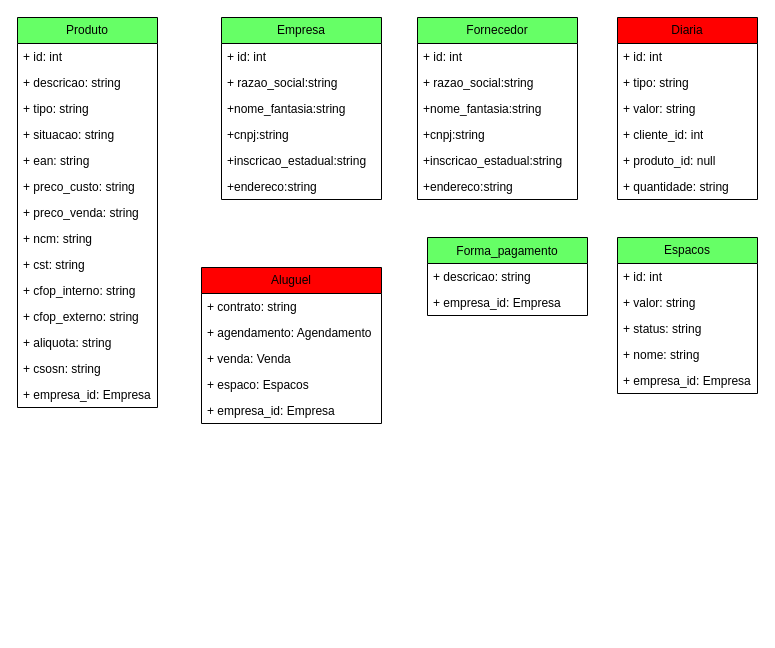
Above: page "Lago" (3 of 5) of Tabelas.drawio in FSOFTSistemas/lago_sao_francisco (draw.io), before the change. Source tidied: cells renumbered, new cells numbered last; positions are measured from the earlier drawing's top-left corner, leaving out a move shared by most shapes. Both pictures are drawn from the tidied source at 100%, with x=0, y=0 at pixel (17, 17).
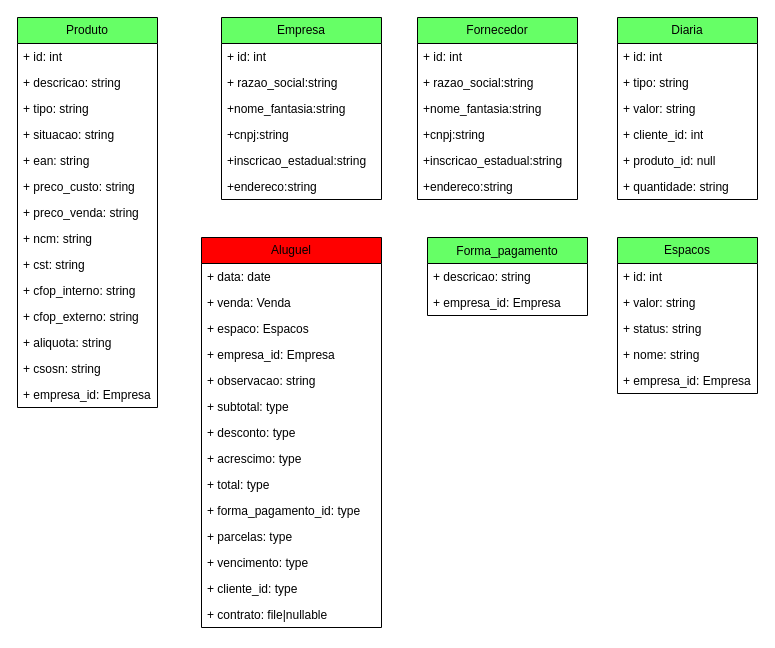
Above is the later version.

Diff of the diagram source:
```diff
@@
     <mxCell id="2" value="Aluguel" style="swimlane;fontStyle=0;horizontal=1;startSize=26;fillColor=#FF0000;whiteSpace=wrap;html=1;" parent="1" vertex="1">
-      <mxGeometry x="184" y="250" width="180" height="156" as="geometry" />
+      <mxGeometry x="184" y="220" width="180" height="390" as="geometry" />
     </mxCell>
-    <mxCell id="3" value="+ contrato: string" style="text;strokeColor=none;fillColor=none;align=left;verticalAlign=top;spacingLeft=4;spacingRight=4;overflow=hidden;whiteSpace=wrap;html=1;" parent="2" vertex="1">
-      <mxGeometry y="26" width="180" height="26" as="geometry" />
-    </mxCell>
-    <mxCell id="4" value="+ agendamento: Agendamento" style="text;strokeColor=none;fillColor=none;align=left;verticalAlign=top;spacingLeft=4;spacingRight=4;overflow=hidden;whiteSpace=wrap;html=1;" parent="2" vertex="1">
-      <mxGeometry y="52" width="180" height="26" as="geometry" />
+    <mxCell id="4" value="+ data: date" style="text;strokeColor=none;fillColor=none;align=left;verticalAlign=top;spacingLeft=4;spacingRight=4;overflow=hidden;whiteSpace=wrap;html=1;" parent="2" vertex="1">
+      <mxGeometry y="26" width="180" height="26" as="geometry" />
     </mxCell>
     <mxCell id="5" value="+ venda: Venda" style="text;strokeColor=none;fillColor=none;align=left;verticalAlign=top;spacingLeft=4;spacingRight=4;overflow=hidden;whiteSpace=wrap;html=1;" parent="2" vertex="1">
-      <mxGeometry y="78" width="180" height="26" as="geometry" />
+      <mxGeometry y="52" width="180" height="26" as="geometry" />
     </mxCell>
     <mxCell id="6" value="+ espaco: Espacos" style="text;strokeColor=none;fillColor=none;align=left;verticalAlign=top;spacingLeft=4;spacingRight=4;overflow=hidden;whiteSpace=wrap;html=1;" parent="2" vertex="1">
-      <mxGeometry y="104" width="180" height="26" as="geometry" />
+      <mxGeometry y="78" width="180" height="26" as="geometry" />
     </mxCell>
     <mxCell id="7" value="+ empresa_id: Empresa" style="text;strokeColor=none;fillColor=none;align=left;verticalAlign=top;spacingLeft=4;spacingRight=4;overflow=hidden;whiteSpace=wrap;html=1;" parent="2" vertex="1">
-      <mxGeometry y="130" width="180" height="26" as="geometry" />
+      <mxGeometry y="104" width="180" height="26" as="geometry" />
     </mxCell>
+    <mxCell id="53" value="+ observacao: string" style="text;strokeColor=none;fillColor=none;align=left;verticalAlign=top;spacingLeft=4;spacingRight=4;overflow=hidden;whiteSpace=wrap;html=1;" parent="2" vertex="1">
+      <mxGeometry y="130" width="180" height="26" as="geometry" />
+    </mxCell>
+    <mxCell id="54" value="+ subtotal: type" style="text;strokeColor=none;fillColor=none;align=left;verticalAlign=top;spacingLeft=4;spacingRight=4;overflow=hidden;whiteSpace=wrap;html=1;" parent="2" vertex="1">
+      <mxGeometry y="156" width="180" height="26" as="geometry" />
+    </mxCell>
+    <mxCell id="55" value="+ desconto: type" style="text;strokeColor=none;fillColor=none;align=left;verticalAlign=top;spacingLeft=4;spacingRight=4;overflow=hidden;whiteSpace=wrap;html=1;" parent="2" vertex="1">
+      <mxGeometry y="182" width="180" height="26" as="geometry" />
+    </mxCell>
+    <mxCell id="56" value="+ acrescimo: type" style="text;strokeColor=none;fillColor=none;align=left;verticalAlign=top;spacingLeft=4;spacingRight=4;overflow=hidden;whiteSpace=wrap;html=1;" parent="2" vertex="1">
+      <mxGeometry y="208" width="180" height="26" as="geometry" />
+    </mxCell>
+    <mxCell id="57" value="+ total: type" style="text;strokeColor=none;fillColor=none;align=left;verticalAlign=top;spacingLeft=4;spacingRight=4;overflow=hidden;whiteSpace=wrap;html=1;" parent="2" vertex="1">
+      <mxGeometry y="234" width="180" height="26" as="geometry" />
+    </mxCell>
+    <mxCell id="58" value="+ forma_pagamento_id: type" style="text;strokeColor=none;fillColor=none;align=left;verticalAlign=top;spacingLeft=4;spacingRight=4;overflow=hidden;whiteSpace=wrap;html=1;" parent="2" vertex="1">
+      <mxGeometry y="260" width="180" height="26" as="geometry" />
+    </mxCell>
+    <mxCell id="59" value="+ parcelas: type" style="text;strokeColor=none;fillColor=none;align=left;verticalAlign=top;spacingLeft=4;spacingRight=4;overflow=hidden;whiteSpace=wrap;html=1;" parent="2" vertex="1">
+      <mxGeometry y="286" width="180" height="26" as="geometry" />
+    </mxCell>
+    <mxCell id="60" value="+ vencimento: type" style="text;strokeColor=none;fillColor=none;align=left;verticalAlign=top;spacingLeft=4;spacingRight=4;overflow=hidden;whiteSpace=wrap;html=1;" parent="2" vertex="1">
+      <mxGeometry y="312" width="180" height="26" as="geometry" />
+    </mxCell>
+    <mxCell id="61" value="+ cliente_id: type" style="text;strokeColor=none;fillColor=none;align=left;verticalAlign=top;spacingLeft=4;spacingRight=4;overflow=hidden;whiteSpace=wrap;html=1;" parent="2" vertex="1">
+      <mxGeometry y="338" width="180" height="26" as="geometry" />
+    </mxCell>
+    <mxCell id="62" value="+ contrato: file|nullable" style="text;strokeColor=none;fillColor=none;align=left;verticalAlign=top;spacingLeft=4;spacingRight=4;overflow=hidden;whiteSpace=wrap;html=1;" parent="2" vertex="1">
+      <mxGeometry y="364" width="180" height="26" as="geometry" />
+    </mxCell>
@@
-    <mxCell id="14" value="Diaria" style="swimlane;fontStyle=0;horizontal=1;startSize=26;fillColor=#FF0000;whiteSpace=wrap;html=1;" parent="1" vertex="1">
+    <mxCell id="14" value="Diaria" style="swimlane;fontStyle=0;horizontal=1;startSize=26;fillColor=#66FF66;whiteSpace=wrap;html=1;" parent="1" vertex="1">
       <mxGeometry x="600" width="140" height="182" as="geometry" />
     </mxCell>
```
